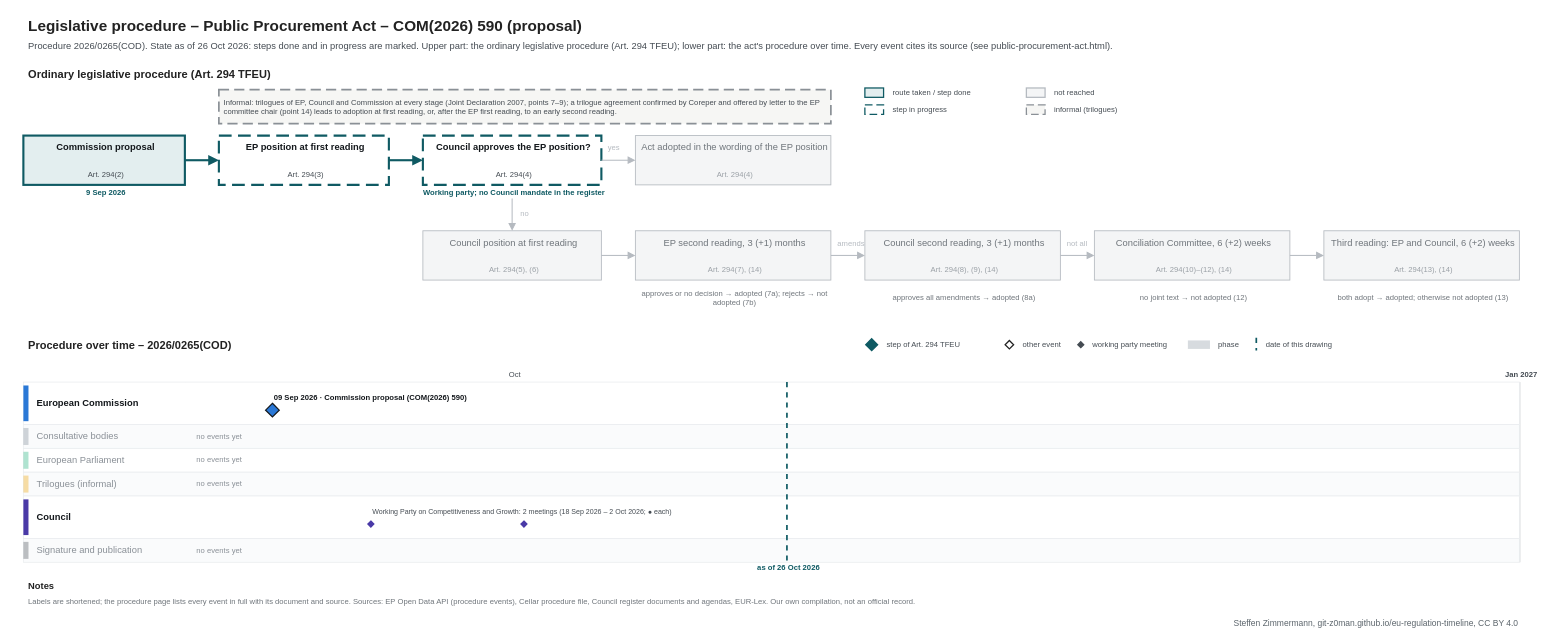
Above: procedures/public-procurement-act.drawio in git-z0man/eu-regulation-timeline (draw.io), before the change. Source tidied: cells renumbered, new cells numbered last; positions are measured from the earlier drawing's top-left corner, leaving out a move shared by most shapes. Both pictures are drawn from the tidied source at 85%, with x=0, y=0 at pixel (14, 14).
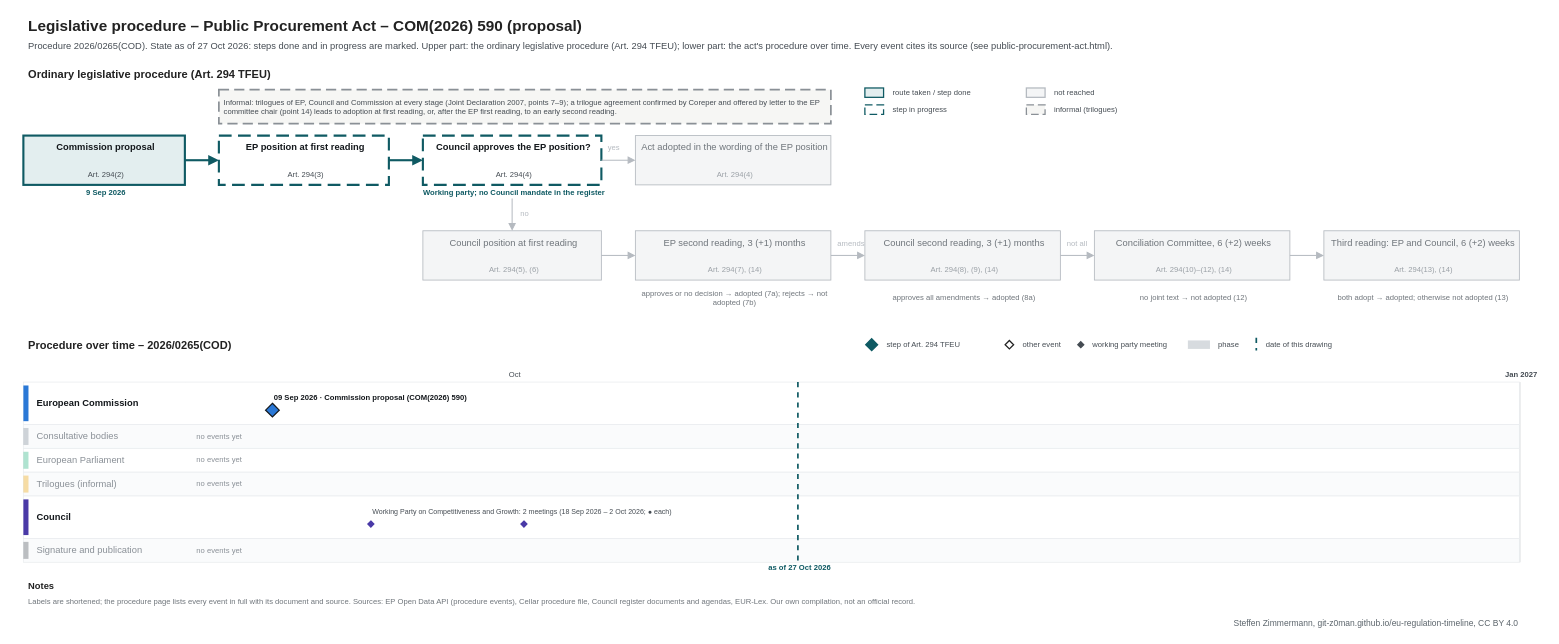
The same page after the edit.

Change to the diagram source:
```diff
@@
-    <mxCell id="3" value="Procedure 2026/0265(COD). State as of 26 Oct 2026: steps done and in progress are marked. Upper part: the ordinary legislative procedure (Art. 294 TFEU); lower part: the act's procedure over time. Every event cites its source (see public-procurement-act.html)." style="text;html=1;fontSize=11;fontColor=#454c53;align=left;verticalAlign=middle;spacingLeft=4;" parent="1" vertex="1">
+    <mxCell id="3" value="Procedure 2026/0265(COD). State as of 27 Oct 2026: steps done and in progress are marked. Upper part: the ordinary legislative procedure (Art. 294 TFEU); lower part: the act's procedure over time. Every event cites its source (see public-procurement-act.html)." style="text;html=1;fontSize=11;fontColor=#454c53;align=left;verticalAlign=middle;spacingLeft=4;" parent="1" vertex="1">
       <mxGeometry x="10" y="28" width="1700" height="18" as="geometry" />
     </mxCell>
@@
     <mxCell id="100" style="line;html=1;strokeWidth=2;strokeColor=#0f5a63;direction=south;dashed=1;" parent="1" vertex="1">
-      <mxGeometry x="907.8" y="432" width="1" height="212" as="geometry" />
+      <mxGeometry x="920.7" y="432" width="1" height="212" as="geometry" />
     </mxCell>
-    <mxCell id="101" value="as of 26 Oct 2026" style="text;html=1;fontSize=9;fontColor=#0f5a63;align=center;verticalAlign=middle;spacingLeft=4;fontStyle=1;" parent="1" vertex="1">
-      <mxGeometry x="847.8" y="645" width="120" height="12" as="geometry" />
+    <mxCell id="101" value="as of 27 Oct 2026" style="text;html=1;fontSize=9;fontColor=#0f5a63;align=center;verticalAlign=middle;spacingLeft=4;fontStyle=1;" parent="1" vertex="1">
+      <mxGeometry x="860.7" y="645" width="120" height="12" as="geometry" />
     </mxCell>
```
